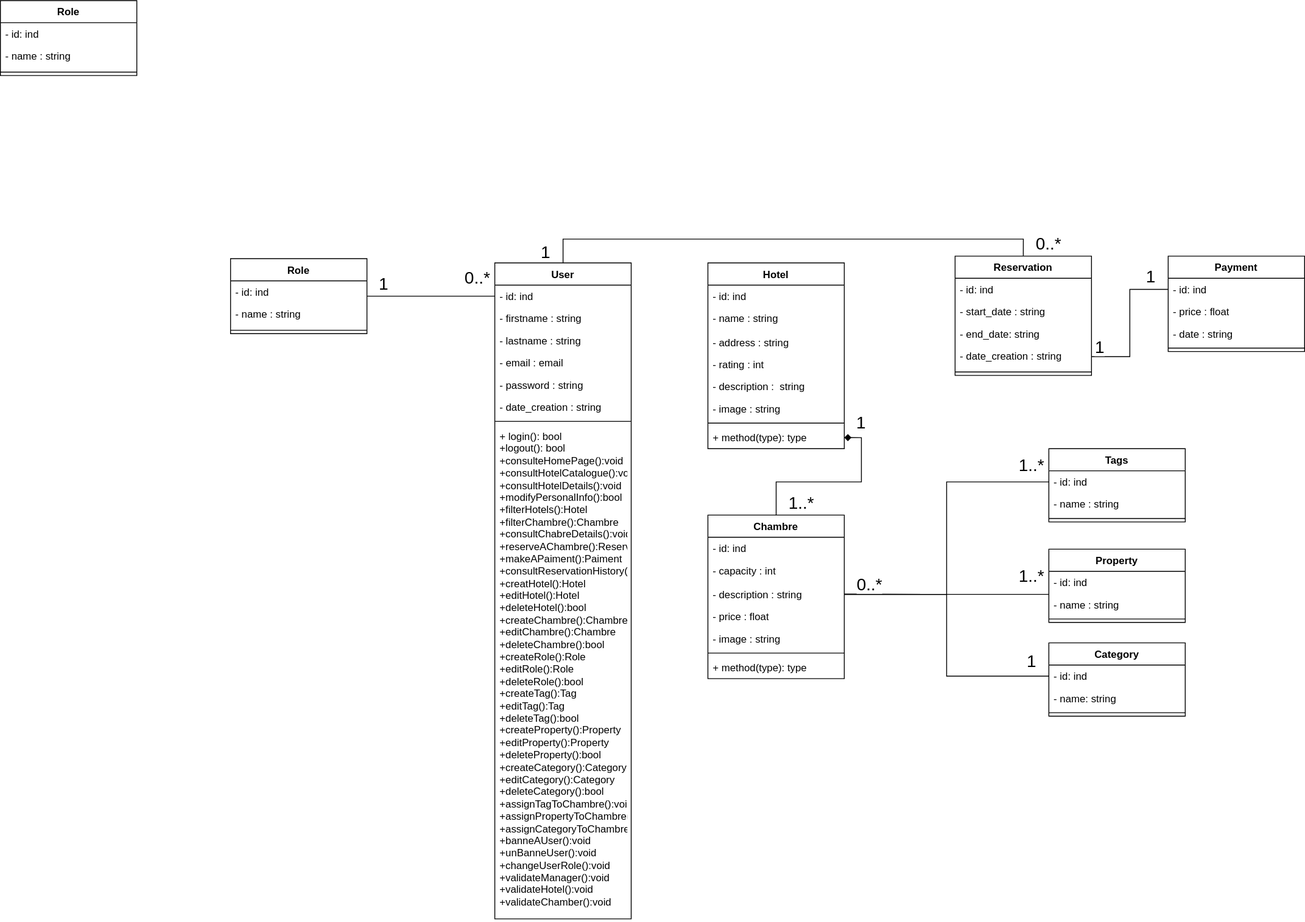
This is StayEase-C_D.svg from salah-eddine-555/projetGestionHoteleCollectife, a draw.io export, as it was before one commit. Source tidied: cells renumbered, new cells last; positions are measured from the earlier drawing's top-left corner, leaving out a move shared by most shapes.
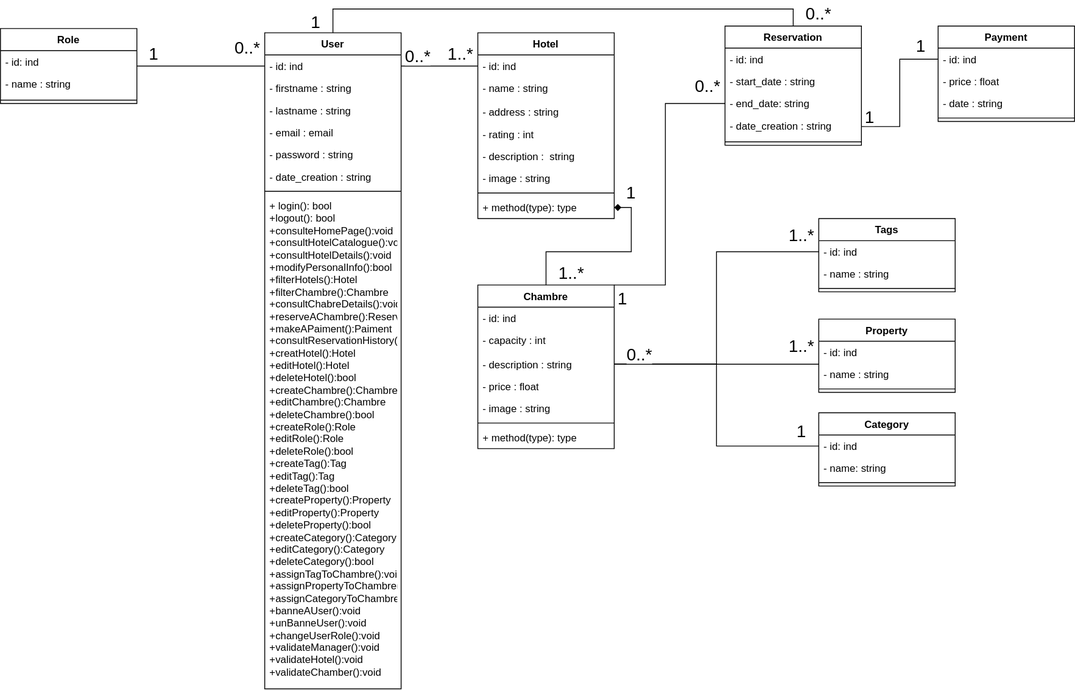
The same diagram one commit later.

Commit message:
edit to uml class diagram

What changed in the source:
```diff
@@ -40,6 +40,14 @@
     <mxCell id="12" style="edgeStyle=orthogonalEdgeStyle;rounded=0;jettySize=auto;html=1;entryX=1;entryY=0.5;entryDx=0;entryDy=0;endArrow=diamond;endFill=1;" parent="1" edge="1" source="13" target="29">
       <mxGeometry relative="1" as="geometry" />
     </mxCell>
+    <mxCell id="78" style="edgeStyle=orthogonalEdgeStyle;rounded=0;jettySize=auto;html=1;exitX=1;exitY=0;exitDx=0;exitDy=0;entryX=0;entryY=0.5;entryDx=0;entryDy=0;endArrow=none;endFill=0;" parent="1" edge="1" source="13" target="38">
+      <mxGeometry relative="1" as="geometry">
+        <Array as="points">
+          <mxPoint x="1050" y="604" />
+          <mxPoint x="1050" y="391" />
+        </Array>
+      </mxGeometry>
+    </mxCell>
     <mxCell id="13" value="Chambre" style="swimlane;fontStyle=1;align=center;verticalAlign=top;horizontal=1;startSize=26;whiteSpace=wrap;html=1;" parent="1" vertex="1">
       <mxGeometry x="830" y="604" width="160" height="192" as="geometry" />
     </mxCell>
@@ -203,18 +211,6 @@
     <mxCell id="63" value="&lt;font style=&quot;font-size: 20px; background-color: light-dark(rgb(255, 255, 255), rgb(102, 0, 0));&quot;&gt;0..*&lt;/font&gt;" style="text;html=1;whiteSpace=wrap;strokeColor=none;fillColor=none;align=center;verticalAlign=middle;rounded=0;" parent="1" vertex="1">
       <mxGeometry x="530" y="310" width="60" height="30" as="geometry" />
     </mxCell>
-    <mxCell id="64" value="Role" style="swimlane;fontStyle=1;align=center;verticalAlign=top;horizontal=1;startSize=26;whiteSpace=wrap;html=1;" parent="1" vertex="1">
-      <mxGeometry width="160" height="88" as="geometry" />
-    </mxCell>
-    <mxCell id="65" value="- id: ind" style="text;strokeColor=none;fillColor=none;align=left;verticalAlign=top;spacingLeft=4;spacingRight=4;overflow=hidden;whiteSpace=wrap;html=1;" parent="64" vertex="1">
-      <mxGeometry y="26" width="160" height="26" as="geometry" />
-    </mxCell>
-    <mxCell id="66" value="- name : string" style="text;strokeColor=none;fillColor=none;align=left;verticalAlign=top;spacingLeft=4;spacingRight=4;overflow=hidden;whiteSpace=wrap;html=1;" parent="64" vertex="1">
-      <mxGeometry y="52" width="160" height="28" as="geometry" />
-    </mxCell>
-    <mxCell id="67" style="line;strokeWidth=1;fillColor=none;align=left;verticalAlign=middle;spacingTop=-1;spacingLeft=3;spacingRight=3;labelPosition=right;strokeColor=inherit;" parent="64" vertex="1">
-      <mxGeometry y="80" width="160" height="8" as="geometry" />
-    </mxCell>
     <mxCell id="68" value="&lt;font style=&quot;font-size: 20px; background-color: light-dark(rgb(255, 255, 255), rgb(102, 0, 0));&quot;&gt;1&lt;/font&gt;" style="text;html=1;whiteSpace=wrap;strokeColor=none;fillColor=none;align=center;verticalAlign=middle;rounded=0;" parent="1" vertex="1">
       <mxGeometry x="420" y="317" width="60" height="30" as="geometry" />
     </mxCell>
@@ -245,5 +241,20 @@
     <mxCell id="77" value="&lt;font style=&quot;font-size: 20px; background-color: light-dark(rgb(255, 255, 255), rgb(102, 0, 0));&quot;&gt;1..*&lt;/font&gt;" style="text;html=1;whiteSpace=wrap;strokeColor=none;fillColor=none;align=center;verticalAlign=middle;rounded=0;" parent="1" vertex="1">
       <mxGeometry x="1180" y="660" width="60" height="30" as="geometry" />
     </mxCell>
+    <mxCell id="79" style="edgeStyle=orthogonalEdgeStyle;rounded=0;jettySize=auto;html=1;endArrow=none;endFill=0;" parent="1" edge="1" source="4" target="22">
+      <mxGeometry relative="1" as="geometry" />
+    </mxCell>
+    <mxCell id="80" value="&lt;font style=&quot;font-size: 20px; background-color: light-dark(rgb(255, 255, 255), rgb(102, 0, 0));&quot;&gt;0..*&lt;/font&gt;" style="text;html=1;whiteSpace=wrap;strokeColor=none;fillColor=none;align=center;verticalAlign=middle;rounded=0;" parent="1" vertex="1">
+      <mxGeometry x="730" y="320" width="60" height="30" as="geometry" />
+    </mxCell>
+    <mxCell id="81" value="&lt;font style=&quot;font-size: 20px; background-color: light-dark(rgb(255, 255, 255), rgb(102, 0, 0));&quot;&gt;1..*&lt;/font&gt;" style="text;html=1;whiteSpace=wrap;strokeColor=none;fillColor=none;align=center;verticalAlign=middle;rounded=0;" parent="1" vertex="1">
+      <mxGeometry x="780" y="317" width="60" height="30" as="geometry" />
+    </mxCell>
+    <mxCell id="82" value="&lt;font style=&quot;font-size: 20px; background-color: light-dark(rgb(255, 255, 255), rgb(102, 0, 0));&quot;&gt;1&lt;/font&gt;" style="text;html=1;whiteSpace=wrap;strokeColor=none;fillColor=none;align=center;verticalAlign=middle;rounded=0;" parent="1" vertex="1">
+      <mxGeometry x="970" y="604" width="60" height="30" as="geometry" />
+    </mxCell>
+    <mxCell id="83" value="&lt;font style=&quot;font-size: 20px; background-color: light-dark(rgb(255, 255, 255), rgb(102, 0, 0));&quot;&gt;0..*&lt;/font&gt;" style="text;html=1;whiteSpace=wrap;strokeColor=none;fillColor=none;align=center;verticalAlign=middle;rounded=0;" parent="1" vertex="1">
+      <mxGeometry x="1070" y="355" width="60" height="30" as="geometry" />
+    </mxCell>
   </root>
 </mxGraphModel>
```
